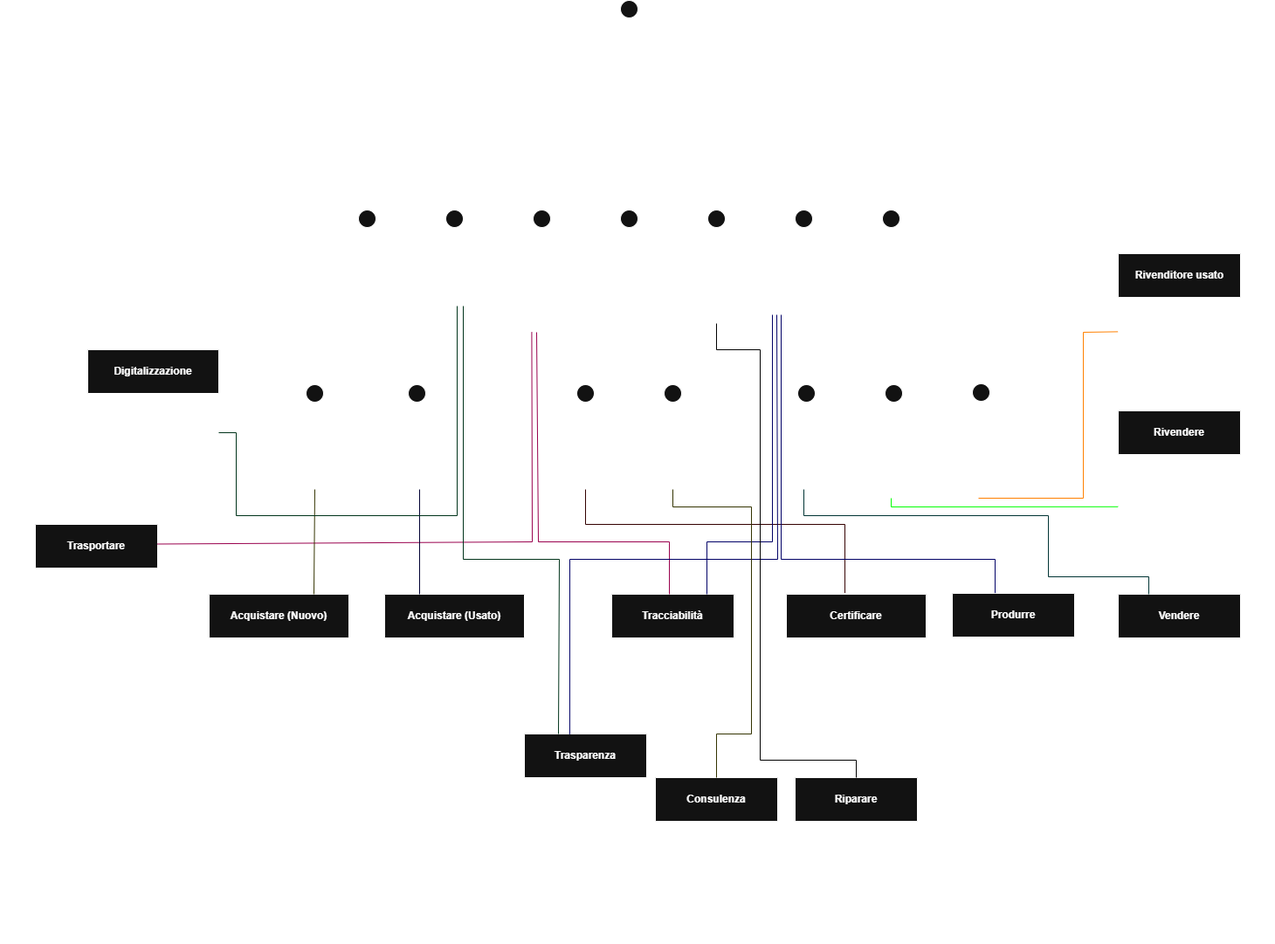
Before: Diagrammi/SoftGoalDiagram.png, a diagram exported from draw.io (Vittorio92/ProgettoSistemiInformativi). Source tidied: cells renumbered, new cells last; positions are measured from the earlier drawing's top-left corner, leaving out a move shared by most shapes.
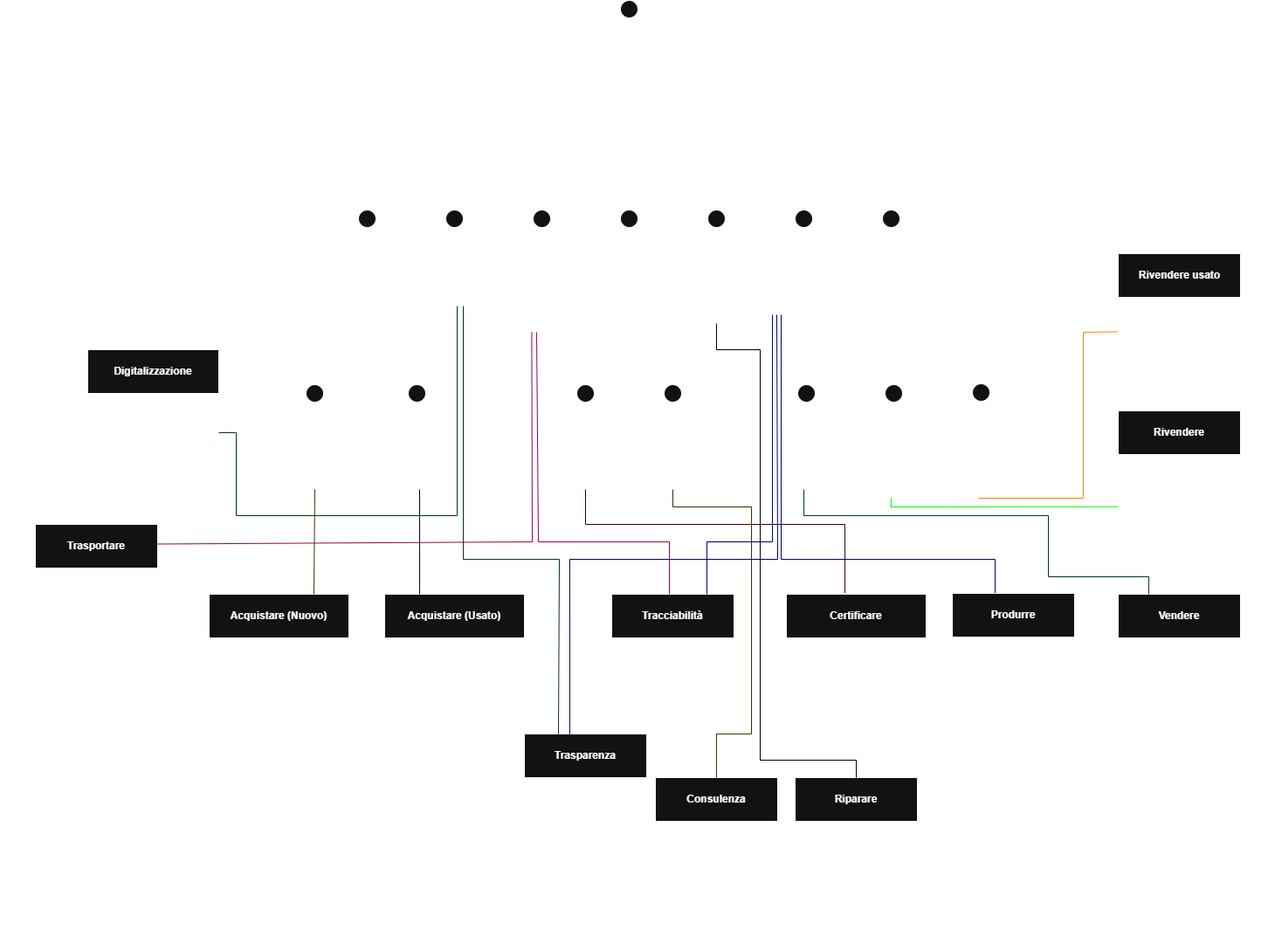
Above is the later version.

Commit message:
Correzione diagramma

Change to the diagram source:
```diff
@@ -209,7 +209,7 @@
     <mxCell id="51" value="&lt;font style=&quot;font-size: 11px;&quot;&gt;Garantire un trasporto efficiente e sicuro degli orologi lungo tutta la filiera, assicurando l’integrità del prodotto fino alla consegna finale&lt;/font&gt;" style="text;html=1;whiteSpace=wrap;strokeColor=none;fillColor=none;align=left;verticalAlign=middle;rounded=0;spacingLeft=1;" parent="50" vertex="1">
       <mxGeometry y="50" width="140" height="100" as="geometry" />
     </mxCell>
-    <mxCell id="52" value="&lt;b&gt;Rivenditore usato&lt;/b&gt;" style="swimlane;fontStyle=0;horizontal=1;startSize=50;whiteSpace=wrap;html=1;spacingLeft=1;" parent="1" vertex="1">
+    <mxCell id="52" value="&lt;b&gt;Rivendere usato&lt;/b&gt;" style="swimlane;fontStyle=0;horizontal=1;startSize=50;whiteSpace=wrap;html=1;spacingLeft=1;" parent="1" vertex="1">
       <mxGeometry x="1280" y="290" width="140" height="160" as="geometry" />
     </mxCell>
     <mxCell id="53" value="&lt;font style=&quot;font-size: 11px;&quot;&gt;Incrementare le vendite di seconda mano, valorizzando prodotti multi-brand tramite la storia certificata delle proprietà e delle manutenzioni&lt;/font&gt;" style="text;html=1;whiteSpace=wrap;strokeColor=none;fillColor=none;align=left;verticalAlign=middle;rounded=0;spacingLeft=2;" parent="52" vertex="1">
```
